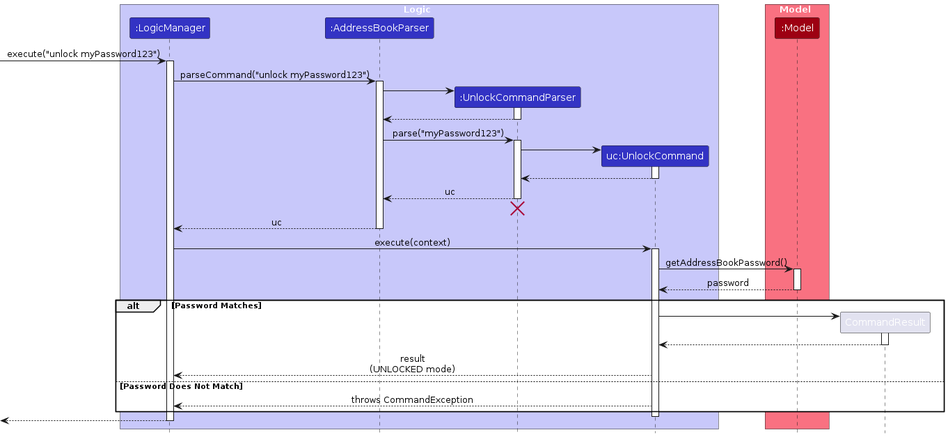
The PlantUML diagram diagrams/UnlockSequenceDiagram.png in AY2526S2-CS2103T-T15-2/tp, before a commit. Its source is kept beside it as diagrams/UnlockSequenceDiagram.puml. Source of this version:
```plantuml
@startuml
!include style.puml
skinparam ArrowFontStyle plain

box Logic LOGIC_COLOR_T1
participant ":LogicManager" as LogicManager LOGIC_COLOR
participant ":AddressBookParser" as AddressBookParser LOGIC_COLOR
participant ":UnlockCommandParser" as UnlockCommandParser LOGIC_COLOR
participant "uc:UnlockCommand" as UnlockCommand LOGIC_COLOR
end box

box Model MODEL_COLOR_T1
participant ":Model" as Model MODEL_COLOR
end box

[-> LogicManager : execute("unlock myPassword123")
activate LogicManager

LogicManager -> AddressBookParser : parseCommand("unlock myPassword123")
activate AddressBookParser

create UnlockCommandParser
AddressBookParser -> UnlockCommandParser
activate UnlockCommandParser

UnlockCommandParser --> AddressBookParser
deactivate UnlockCommandParser

AddressBookParser -> UnlockCommandParser : parse("myPassword123")
activate UnlockCommandParser

create UnlockCommand
UnlockCommandParser -> UnlockCommand
activate UnlockCommand

UnlockCommand --> UnlockCommandParser :
deactivate UnlockCommand

UnlockCommandParser --> AddressBookParser : uc
deactivate UnlockCommandParser
UnlockCommandParser -[hidden]-> AddressBookParser
destroy UnlockCommandParser

AddressBookParser --> LogicManager : uc
deactivate AddressBookParser

LogicManager -> UnlockCommand : execute(context)
activate UnlockCommand

UnlockCommand -> Model : getAddressBookPassword()
activate Model

Model --> UnlockCommand : password
deactivate Model

alt Password Matches
    create CommandResult
    UnlockCommand -> CommandResult
    activate CommandResult

    CommandResult --> UnlockCommand
    deactivate CommandResult

    UnlockCommand --> LogicManager : result\n(UNLOCKED mode)
else Password Does Not Match
    UnlockCommand --> LogicManager : throws CommandException
end

deactivate UnlockCommand

[<--LogicManager
deactivate LogicManager
@enduml
```
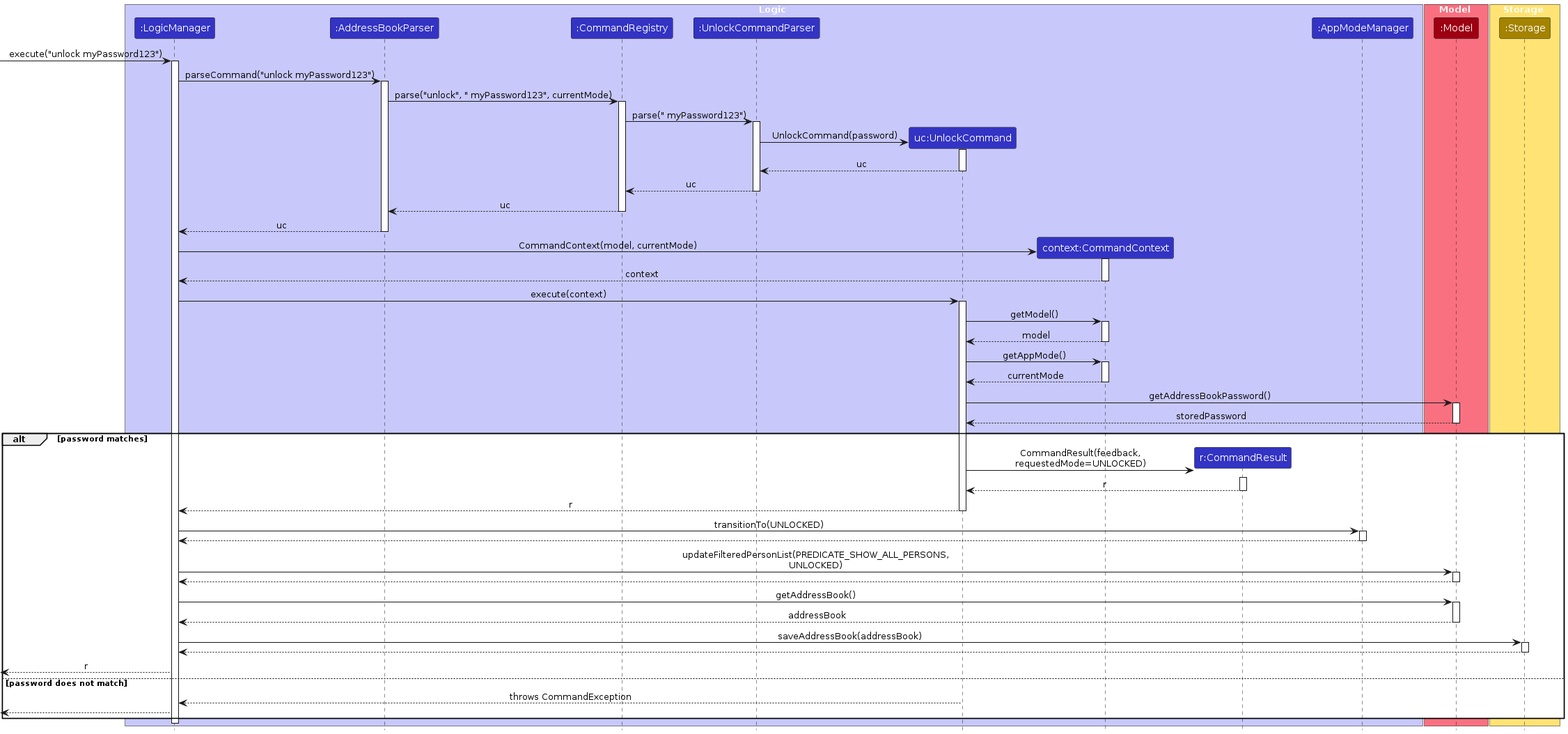
After the change.

What changed in the source:
```diff
@@ -5,12 +5,20 @@
 box Logic LOGIC_COLOR_T1
 participant ":LogicManager" as LogicManager LOGIC_COLOR
 participant ":AddressBookParser" as AddressBookParser LOGIC_COLOR
+participant ":CommandRegistry" as CommandRegistry LOGIC_COLOR
 participant ":UnlockCommandParser" as UnlockCommandParser LOGIC_COLOR
 participant "uc:UnlockCommand" as UnlockCommand LOGIC_COLOR
+participant "context:CommandContext" as CommandContext LOGIC_COLOR
+participant "r:CommandResult" as CommandResult LOGIC_COLOR
+participant ":AppModeManager" as AppModeManager LOGIC_COLOR
 end box
 
 box Model MODEL_COLOR_T1
 participant ":Model" as Model MODEL_COLOR
+end box
+
+box Storage STORAGE_COLOR_T1
+participant ":Storage" as Storage STORAGE_COLOR
 end box
 
 [-> LogicManager : execute("unlock myPassword123")
@@ -19,55 +27,87 @@
 LogicManager -> AddressBookParser : parseCommand("unlock myPassword123")
 activate AddressBookParser
 
-create UnlockCommandParser
-AddressBookParser -> UnlockCommandParser
-activate UnlockCommandParser
+AddressBookParser -> CommandRegistry : parse("unlock", " myPassword123", currentMode)
+activate CommandRegistry
 
-UnlockCommandParser --> AddressBookParser
-deactivate UnlockCommandParser
-
-AddressBookParser -> UnlockCommandParser : parse("myPassword123")
+CommandRegistry -> UnlockCommandParser : parse(" myPassword123")
 activate UnlockCommandParser
 
 create UnlockCommand
-UnlockCommandParser -> UnlockCommand
+UnlockCommandParser -> UnlockCommand : UnlockCommand(password)
 activate UnlockCommand
-
-UnlockCommand --> UnlockCommandParser :
+UnlockCommand --> UnlockCommandParser : uc
 deactivate UnlockCommand
 
-UnlockCommandParser --> AddressBookParser : uc
+UnlockCommandParser --> CommandRegistry : uc
 deactivate UnlockCommandParser
-UnlockCommandParser -[hidden]-> AddressBookParser
-destroy UnlockCommandParser
+
+CommandRegistry --> AddressBookParser : uc
+deactivate CommandRegistry
 
 AddressBookParser --> LogicManager : uc
 deactivate AddressBookParser
 
+create CommandContext
+LogicManager -> CommandContext : CommandContext(model, currentMode)
+activate CommandContext
+CommandContext --> LogicManager : context
+deactivate CommandContext
+
 LogicManager -> UnlockCommand : execute(context)
 activate UnlockCommand
 
+UnlockCommand -> CommandContext : getModel()
+activate CommandContext
+CommandContext --> UnlockCommand : model
+deactivate CommandContext
+
+UnlockCommand -> CommandContext : getAppMode()
+activate CommandContext
+CommandContext --> UnlockCommand : currentMode
+deactivate CommandContext
+
 UnlockCommand -> Model : getAddressBookPassword()
 activate Model
-
-Model --> UnlockCommand : password
+Model --> UnlockCommand : storedPassword
 deactivate Model
 
-alt Password Matches
+alt password matches
     create CommandResult
-    UnlockCommand -> CommandResult
+    UnlockCommand -> CommandResult : CommandResult(feedback,\nrequestedMode=UNLOCKED)
     activate CommandResult
-
-    CommandResult --> UnlockCommand
+    CommandResult --> UnlockCommand : r
     deactivate CommandResult
 
-    UnlockCommand --> LogicManager : result\n(UNLOCKED mode)
-else Password Does Not Match
+    UnlockCommand --> LogicManager : r
+    deactivate UnlockCommand
+
+    LogicManager -> AppModeManager : transitionTo(UNLOCKED)
+    activate AppModeManager
+    AppModeManager --> LogicManager
+    deactivate AppModeManager
+
+    LogicManager -> Model : updateFilteredPersonList(PREDICATE_SHOW_ALL_PERSONS,\nUNLOCKED)
+    activate Model
+    Model --> LogicManager
+    deactivate Model
+
+    LogicManager -> Model : getAddressBook()
+    activate Model
+    Model --> LogicManager : addressBook
+    deactivate Model
+
+    LogicManager -> Storage : saveAddressBook(addressBook)
+    activate Storage
+    Storage --> LogicManager
+    deactivate Storage
+
+    [<-- LogicManager : r
+else password does not match
     UnlockCommand --> LogicManager : throws CommandException
+    deactivate UnlockCommand
+    [<-- LogicManager
 end
 
-deactivate UnlockCommand
-
-[<--LogicManager
 deactivate LogicManager
 @enduml
```
